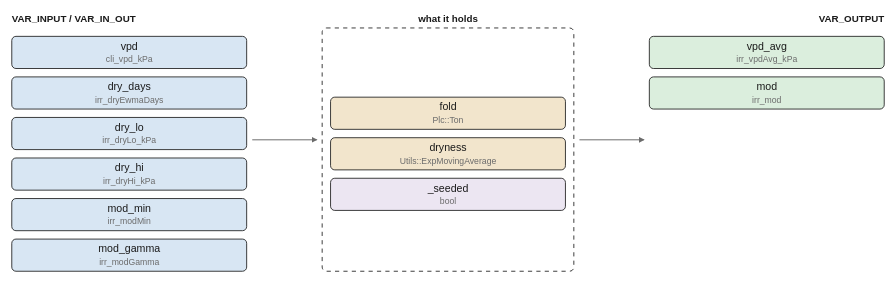
Earlier version of the draw.io export images/logic/irr_modulation.drawio.svg (pstch/botanik2). Source tidied: cells renumbered, new cells last; positions are measured from the earlier drawing's top-left corner, leaving out a move shared by most shapes.
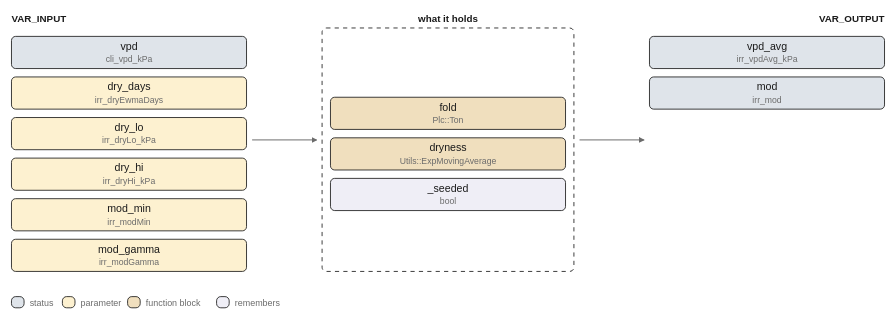
Above is the later version.

What changed in the source:
```diff
@@ -2,8 +2,8 @@
   <root>
     <mxCell id="0" />
     <mxCell id="1" parent="0" />
-    <mxCell id="2" value="VAR_INPUT / VAR_IN_OUT" style="text;html=1;fontSize=7;fontColor=#1a1a1a;align=left;fontStyle=1;" parent="1" vertex="1">
-      <mxGeometry width="110" height="11" as="geometry" />
+    <mxCell id="2" value="VAR_INPUT" style="text;html=1;fontSize=7;fontColor=#1a1a1a;align=left;fontStyle=1;" parent="1" vertex="1">
+      <mxGeometry width="45" height="11" as="geometry" />
     </mxCell>
     <mxCell id="3" value="what it holds" style="text;html=1;fontSize=7;fontColor=#1a1a1a;align=center;fontStyle=1;" parent="1" vertex="1">
       <mxGeometry x="312" width="65" height="11" as="geometry" />
@@ -11,40 +11,40 @@
     <mxCell id="4" value="VAR_OUTPUT" style="text;html=1;fontSize=7;fontColor=#1a1a1a;align=left;fontStyle=1;" parent="1" vertex="1">
       <mxGeometry x="624" width="50" height="11" as="geometry" />
     </mxCell>
-    <mxCell id="5" value="vpd" style="rounded=1;fillColor=#d8e6f3;strokeColor=#1a1a1a;whiteSpace=wrap;html=1;fontSize=8;" parent="1" vertex="1">
+    <mxCell id="5" value="vpd" style="rounded=1;fillColor=#dfe4ea;strokeColor=#1a1a1a;whiteSpace=wrap;html=1;fontSize=8;" parent="1" vertex="1">
       <mxGeometry y="17" width="168" height="23" as="geometry" />
     </mxCell>
-    <mxCell id="6" value="dry_days" style="rounded=1;fillColor=#d8e6f3;strokeColor=#1a1a1a;whiteSpace=wrap;html=1;fontSize=8;" parent="1" vertex="1">
+    <mxCell id="6" value="dry_days" style="rounded=1;fillColor=#fdf1d0;strokeColor=#1a1a1a;whiteSpace=wrap;html=1;fontSize=8;" parent="1" vertex="1">
       <mxGeometry y="46" width="168" height="23" as="geometry" />
     </mxCell>
-    <mxCell id="7" value="dry_lo" style="rounded=1;fillColor=#d8e6f3;strokeColor=#1a1a1a;whiteSpace=wrap;html=1;fontSize=8;" parent="1" vertex="1">
+    <mxCell id="7" value="dry_lo" style="rounded=1;fillColor=#fdf1d0;strokeColor=#1a1a1a;whiteSpace=wrap;html=1;fontSize=8;" parent="1" vertex="1">
       <mxGeometry y="75" width="168" height="23" as="geometry" />
     </mxCell>
-    <mxCell id="8" value="dry_hi" style="rounded=1;fillColor=#d8e6f3;strokeColor=#1a1a1a;whiteSpace=wrap;html=1;fontSize=8;" parent="1" vertex="1">
+    <mxCell id="8" value="dry_hi" style="rounded=1;fillColor=#fdf1d0;strokeColor=#1a1a1a;whiteSpace=wrap;html=1;fontSize=8;" parent="1" vertex="1">
       <mxGeometry y="104" width="168" height="23" as="geometry" />
     </mxCell>
-    <mxCell id="9" value="mod_min" style="rounded=1;fillColor=#d8e6f3;strokeColor=#1a1a1a;whiteSpace=wrap;html=1;fontSize=8;" parent="1" vertex="1">
+    <mxCell id="9" value="mod_min" style="rounded=1;fillColor=#fdf1d0;strokeColor=#1a1a1a;whiteSpace=wrap;html=1;fontSize=8;" parent="1" vertex="1">
       <mxGeometry y="133" width="168" height="23" as="geometry" />
     </mxCell>
-    <mxCell id="10" value="mod_gamma" style="rounded=1;fillColor=#d8e6f3;strokeColor=#1a1a1a;whiteSpace=wrap;html=1;fontSize=8;" parent="1" vertex="1">
+    <mxCell id="10" value="mod_gamma" style="rounded=1;fillColor=#fdf1d0;strokeColor=#1a1a1a;whiteSpace=wrap;html=1;fontSize=8;" parent="1" vertex="1">
       <mxGeometry y="162" width="168" height="23" as="geometry" />
     </mxCell>
-    <mxCell id="11" value="vpd_avg" style="rounded=1;fillColor=#dbeedd;strokeColor=#1a1a1a;whiteSpace=wrap;html=1;fontSize=8;" parent="1" vertex="1">
+    <mxCell id="11" value="vpd_avg" style="rounded=1;fillColor=#dfe4ea;strokeColor=#1a1a1a;whiteSpace=wrap;html=1;fontSize=8;" parent="1" vertex="1">
       <mxGeometry x="456" y="17" width="168" height="23" as="geometry" />
     </mxCell>
-    <mxCell id="12" value="mod" style="rounded=1;fillColor=#dbeedd;strokeColor=#1a1a1a;whiteSpace=wrap;html=1;fontSize=8;" parent="1" vertex="1">
+    <mxCell id="12" value="mod" style="rounded=1;fillColor=#dfe4ea;strokeColor=#1a1a1a;whiteSpace=wrap;html=1;fontSize=8;" parent="1" vertex="1">
       <mxGeometry x="456" y="46" width="168" height="23" as="geometry" />
     </mxCell>
     <mxCell id="13" style="rounded=1;fillColor=#ffffff;strokeColor=#1a1a1a;whiteSpace=wrap;html=1;fontSize=8;dashed=1;" parent="1" vertex="1">
       <mxGeometry x="222" y="11" width="180" height="174" as="geometry" />
     </mxCell>
-    <mxCell id="14" value="fold" style="rounded=1;fillColor=#f2e5cc;strokeColor=#1a1a1a;whiteSpace=wrap;html=1;fontSize=8;" parent="1" vertex="1">
+    <mxCell id="14" value="fold" style="rounded=1;fillColor=#f0dfbe;strokeColor=#1a1a1a;whiteSpace=wrap;html=1;fontSize=8;" parent="1" vertex="1">
       <mxGeometry x="228" y="60.5" width="168" height="23" as="geometry" />
     </mxCell>
-    <mxCell id="15" value="dryness" style="rounded=1;fillColor=#f2e5cc;strokeColor=#1a1a1a;whiteSpace=wrap;html=1;fontSize=8;" parent="1" vertex="1">
+    <mxCell id="15" value="dryness" style="rounded=1;fillColor=#f0dfbe;strokeColor=#1a1a1a;whiteSpace=wrap;html=1;fontSize=8;" parent="1" vertex="1">
       <mxGeometry x="228" y="89.5" width="168" height="23" as="geometry" />
     </mxCell>
-    <mxCell id="16" value="_seeded" style="rounded=1;fillColor=#ece6f2;strokeColor=#1a1a1a;whiteSpace=wrap;html=1;fontSize=8;" parent="1" vertex="1">
+    <mxCell id="16" value="_seeded" style="rounded=1;fillColor=#efeef6;strokeColor=#1a1a1a;whiteSpace=wrap;html=1;fontSize=8;" parent="1" vertex="1">
       <mxGeometry x="228" y="118.5" width="168" height="23" as="geometry" />
     </mxCell>
     <mxCell id="17" style="edgeStyle=none;html=1;strokeColor=#6b6b6b;endArrow=block;" parent="1" edge="1">
@@ -59,5 +59,29 @@
         <mxPoint x="452" y="91" as="targetPoint" />
       </mxGeometry>
     </mxCell>
+    <mxCell id="19" style="rounded=1;fillColor=#dfe4ea;strokeColor=#1a1a1a;whiteSpace=wrap;html=1;fontSize=8;" parent="1" vertex="1">
+      <mxGeometry y="203" width="9" height="8" as="geometry" />
+    </mxCell>
+    <mxCell id="20" value="status" style="text;html=1;fontSize=6;fontColor=#6b6b6b;align=left;" parent="1" vertex="1">
+      <mxGeometry x="13" y="203.6" width="40" height="10.4" as="geometry" />
+    </mxCell>
+    <mxCell id="21" style="rounded=1;fillColor=#fdf1d0;strokeColor=#1a1a1a;whiteSpace=wrap;html=1;fontSize=8;" parent="1" vertex="1">
+      <mxGeometry x="36.4" y="203" width="9" height="8" as="geometry" />
+    </mxCell>
+    <mxCell id="22" value="parameter" style="text;html=1;fontSize=6;fontColor=#6b6b6b;align=left;" parent="1" vertex="1">
+      <mxGeometry x="49.4" y="203.6" width="45" height="10.4" as="geometry" />
+    </mxCell>
+    <mxCell id="23" style="rounded=1;fillColor=#f0dfbe;strokeColor=#1a1a1a;whiteSpace=wrap;html=1;fontSize=8;" parent="1" vertex="1">
+      <mxGeometry x="83" y="203" width="9" height="8" as="geometry" />
+    </mxCell>
+    <mxCell id="24" value="function block" style="text;html=1;fontSize=6;fontColor=#6b6b6b;align=left;" parent="1" vertex="1">
+      <mxGeometry x="96" y="203.6" width="70" height="10.4" as="geometry" />
+    </mxCell>
+    <mxCell id="25" style="rounded=1;fillColor=#efeef6;strokeColor=#1a1a1a;whiteSpace=wrap;html=1;fontSize=8;" parent="1" vertex="1">
+      <mxGeometry x="146.6" y="203" width="9" height="8" as="geometry" />
+    </mxCell>
+    <mxCell id="26" value="remembers" style="text;html=1;fontSize=6;fontColor=#6b6b6b;align=left;" parent="1" vertex="1">
+      <mxGeometry x="159.6" y="203.6" width="45" height="10.4" as="geometry" />
+    </mxCell>
   </root>
 </mxGraphModel>
```
